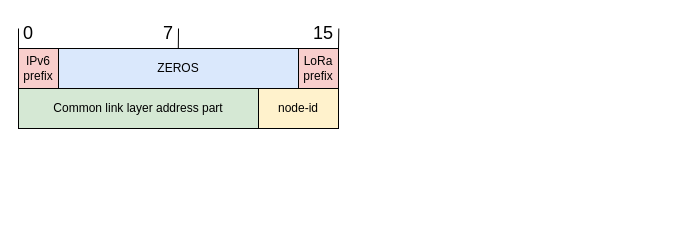
Before: memoire/res/pictures/src/loraaddr-ipv6.drawio in ArnaudPalgen/ma2_memoire, a draw.io diagram. Source tidied: cells renumbered, new cells numbered last; positions are measured from the earlier drawing's top-left corner, leaving out a move shared by most shapes. Both pictures are drawn from the tidied source at 100%, with x=0, y=0 at pixel (18, 18).
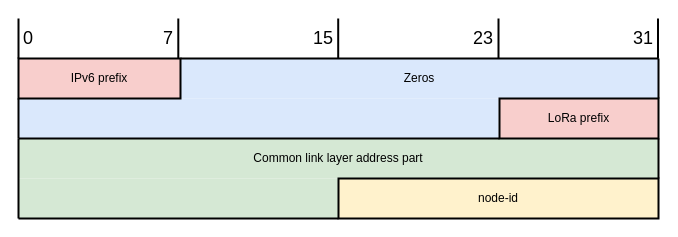
After the change.

Commit message (it also covers changes not shown here):
lora_root v0 end + correct drawio lora-ipv6

The edit, as a diff of the source:
```diff
@@
+    <mxCell id="13" style="group;strokeWidth=2;" parent="1" vertex="1">
+      <mxGeometry y="40" width="640" height="160" as="geometry" />
+    </mxCell>
+    <mxCell id="14" value="Zeros" style="whiteSpace=wrap;html=1;fillColor=#dae8fc;strokeColor=none;strokeWidth=2;" parent="13" vertex="1">
+      <mxGeometry x="162" width="478" height="40" as="geometry" />
+    </mxCell>
+    <mxCell id="15" style="whiteSpace=wrap;html=1;fillColor=#dae8fc;strokeColor=none;strokeWidth=2;" parent="13" vertex="1">
+      <mxGeometry y="40" width="480" height="40" as="geometry" />
+    </mxCell>
+    <mxCell id="5" value="&lt;span&gt;Common link layer address part&lt;/span&gt;" style="rounded=0;whiteSpace=wrap;html=1;fillColor=#d5e8d4;strokeColor=none;strokeWidth=2;" parent="13" vertex="1">
+      <mxGeometry y="80" width="640" height="40" as="geometry" />
+    </mxCell>
+    <mxCell id="16" style="rounded=0;whiteSpace=wrap;html=1;fillColor=#d5e8d4;strokeColor=none;strokeWidth=2;" parent="13" vertex="1">
+      <mxGeometry y="120" width="320" height="40" as="geometry" />
+    </mxCell>
+    <mxCell id="6" value="node-id" style="rounded=0;whiteSpace=wrap;html=1;fillColor=#fff2cc;strokeWidth=2;" parent="13" vertex="1">
+      <mxGeometry x="320" y="120" width="320" height="40" as="geometry" />
+    </mxCell>
+    <mxCell id="4" value="LoRa prefix" style="rounded=0;whiteSpace=wrap;html=1;fillColor=#f8cecc;strokeWidth=2;" parent="13" vertex="1">
+      <mxGeometry x="481" y="40" width="159" height="40" as="geometry" />
+    </mxCell>
-    <mxCell id="2" value="IPv6 prefix" style="rounded=0;whiteSpace=wrap;html=1;strokeWidth=1;fillColor=#f8cecc;" parent="1" vertex="1">
-      <mxGeometry y="30" width="40" height="40" as="geometry" />
+    <mxCell id="2" value="IPv6 prefix" style="rounded=0;whiteSpace=wrap;html=1;fillColor=#f8cecc;strokeWidth=2;" parent="13" vertex="1">
+      <mxGeometry width="162" height="40" as="geometry" />
     </mxCell>
-    <mxCell id="3" value="ZEROS" style="rounded=0;whiteSpace=wrap;html=1;strokeWidth=1;fillColor=#dae8fc;" parent="1" vertex="1">
-      <mxGeometry x="40" y="30" width="240" height="40" as="geometry" />
-    </mxCell>
-    <mxCell id="4" value="LoRa prefix" style="rounded=0;whiteSpace=wrap;html=1;strokeWidth=1;fillColor=#f8cecc;" parent="1" vertex="1">
-      <mxGeometry x="280" y="30" width="40" height="40" as="geometry" />
-    </mxCell>
-    <mxCell id="5" value="Common link layer address part" style="rounded=0;whiteSpace=wrap;html=1;strokeWidth=1;fillColor=#d5e8d4;" parent="1" vertex="1">
-      <mxGeometry y="70" width="240" height="40" as="geometry" />
-    </mxCell>
-    <mxCell id="6" value="node-id" style="rounded=0;whiteSpace=wrap;html=1;strokeWidth=1;fillColor=#fff2cc;" parent="1" vertex="1">
-      <mxGeometry x="240" y="70" width="80" height="40" as="geometry" />
-    </mxCell>
-    <mxCell id="7" style="endArrow=none;html=1;strokeWidth=1;" parent="1" edge="1">
-      <mxGeometry relative="1" as="geometry">
-        <mxPoint y="30" as="sourcePoint" />
-        <mxPoint y="10" as="targetPoint" />
-      </mxGeometry>
-    </mxCell>
-    <mxCell id="8" style="endArrow=none;html=1;exitX=0;exitY=0;exitDx=0;exitDy=0;strokeWidth=1;" parent="1" edge="1">
-      <mxGeometry relative="1" as="geometry">
-        <mxPoint x="159.8" y="30" as="sourcePoint" />
-        <mxPoint x="160" y="10" as="targetPoint" />
-      </mxGeometry>
-    </mxCell>
-    <mxCell id="9" style="endArrow=none;html=1;exitX=0;exitY=0;exitDx=0;exitDy=0;strokeWidth=1;" parent="1" edge="1">
-      <mxGeometry relative="1" as="geometry">
-        <mxPoint x="320" y="30" as="sourcePoint" />
-        <mxPoint x="320.3" y="10" as="targetPoint" />
-      </mxGeometry>
-    </mxCell>
+    <mxCell id="17" style="endArrow=none;html=1;entryX=1;entryY=0;entryDx=0;entryDy=0;exitX=1;exitY=0;exitDx=0;exitDy=0;strokeWidth=2;" parent="13" edge="1" source="14" target="2">
+      <mxGeometry relative="1" as="geometry" />
+    </mxCell>
+    <mxCell id="18" style="endArrow=none;html=1;entryX=0;entryY=1;entryDx=0;entryDy=0;exitX=0;exitY=0;exitDx=0;exitDy=0;strokeWidth=2;" parent="13" edge="1" source="5" target="4">
+      <mxGeometry relative="1" as="geometry" />
+    </mxCell>
+    <mxCell id="19" style="endArrow=none;html=1;entryX=0;entryY=1;entryDx=0;entryDy=0;exitX=0;exitY=1;exitDx=0;exitDy=0;strokeWidth=2;" parent="13" edge="1" source="6" target="16">
+      <mxGeometry relative="1" as="geometry" />
+    </mxCell>
+    <mxCell id="20" style="endArrow=none;html=1;entryX=0;entryY=0;entryDx=0;entryDy=0;strokeWidth=2;" parent="13" edge="1" target="5">
+      <mxGeometry relative="1" as="geometry">
+        <mxPoint y="160" as="sourcePoint" />
+      </mxGeometry>
+    </mxCell>
+    <mxCell id="21" style="endArrow=none;html=1;exitX=1;exitY=0;exitDx=0;exitDy=0;entryX=1;entryY=0;entryDx=0;entryDy=0;strokeWidth=2;" parent="13" edge="1" source="5" target="6">
+      <mxGeometry relative="1" as="geometry" />
+    </mxCell>
+    <mxCell id="22" style="endArrow=none;html=1;exitX=1;exitY=0;exitDx=0;exitDy=0;entryX=1;entryY=0;entryDx=0;entryDy=0;strokeWidth=2;" parent="13" edge="1" source="14" target="4">
+      <mxGeometry relative="1" as="geometry" />
+    </mxCell>
+    <mxCell id="23" style="endArrow=none;html=1;entryX=0;entryY=1;entryDx=0;entryDy=0;strokeWidth=2;" parent="13" edge="1" target="2">
+      <mxGeometry relative="1" as="geometry">
+        <mxPoint y="80" as="sourcePoint" />
+      </mxGeometry>
+    </mxCell>
+    <mxCell id="24" style="endArrow=none;html=1;exitX=0;exitY=0;exitDx=0;exitDy=0;strokeWidth=2;" parent="1" edge="1">
+      <mxGeometry relative="1" as="geometry">
+        <mxPoint y="40" as="sourcePoint" />
+        <mxPoint as="targetPoint" />
+      </mxGeometry>
+    </mxCell>
+    <mxCell id="25" style="endArrow=none;html=1;exitX=0;exitY=0;exitDx=0;exitDy=0;strokeWidth=2;" parent="1" edge="1">
+      <mxGeometry relative="1" as="geometry">
+        <mxPoint x="159.8" y="40" as="sourcePoint" />
+        <mxPoint x="159.8" as="targetPoint" />
+      </mxGeometry>
+    </mxCell>
+    <mxCell id="26" style="endArrow=none;html=1;exitX=0;exitY=0;exitDx=0;exitDy=0;strokeWidth=2;" parent="1" edge="1">
+      <mxGeometry relative="1" as="geometry">
+        <mxPoint x="319.7" y="40" as="sourcePoint" />
+        <mxPoint x="319.7" as="targetPoint" />
+      </mxGeometry>
+    </mxCell>
+    <mxCell id="27" style="endArrow=none;html=1;exitX=0;exitY=0;exitDx=0;exitDy=0;strokeWidth=2;" parent="1" edge="1">
+      <mxGeometry relative="1" as="geometry">
+        <mxPoint x="480" y="40" as="sourcePoint" />
+        <mxPoint x="480" as="targetPoint" />
+      </mxGeometry>
+    </mxCell>
-    <mxCell id="10" value="0" style="whiteSpace=wrap;html=1;fontSize=18;strokeWidth=1;fillColor=none;strokeColor=none;" parent="1" vertex="1">
-      <mxGeometry width="20" height="30" as="geometry" />
+    <mxCell id="10" value="0" style="whiteSpace=wrap;html=1;fontSize=18;strokeWidth=2;fillColor=none;strokeColor=none;" parent="1" vertex="1">
+      <mxGeometry width="20" height="40" as="geometry" />
     </mxCell>
-    <mxCell id="11" value="7" style="whiteSpace=wrap;html=1;fontSize=18;strokeWidth=1;fillColor=none;strokeColor=none;" parent="1" vertex="1">
-      <mxGeometry x="140" width="20" height="30" as="geometry" />
+    <mxCell id="11" value="7" style="whiteSpace=wrap;html=1;fontSize=18;strokeWidth=2;fillColor=none;strokeColor=none;" parent="1" vertex="1">
+      <mxGeometry x="140" width="20" height="40" as="geometry" />
     </mxCell>
-    <mxCell id="12" value="15" style="whiteSpace=wrap;html=1;fontSize=18;strokeWidth=1;fillColor=none;strokeColor=none;" parent="1" vertex="1">
-      <mxGeometry x="290" width="30" height="30" as="geometry" />
+    <mxCell id="12" value="15" style="whiteSpace=wrap;html=1;fontSize=18;strokeWidth=2;fillColor=none;strokeColor=none;" parent="1" vertex="1">
+      <mxGeometry x="290" width="30" height="40" as="geometry" />
     </mxCell>
+    <mxCell id="28" value="23" style="whiteSpace=wrap;html=1;fontSize=18;strokeWidth=2;fillColor=none;strokeColor=none;" parent="1" vertex="1">
+      <mxGeometry x="450" width="30" height="40" as="geometry" />
+    </mxCell>
+    <mxCell id="29" style="endArrow=none;html=1;exitX=0;exitY=0;exitDx=0;exitDy=0;strokeWidth=2;" parent="1" edge="1">
+      <mxGeometry relative="1" as="geometry">
+        <mxPoint x="639.5" y="40" as="sourcePoint" />
+        <mxPoint x="639.5" as="targetPoint" />
+      </mxGeometry>
+    </mxCell>
+    <mxCell id="30" value="31" style="whiteSpace=wrap;html=1;fontSize=18;strokeWidth=2;fillColor=none;strokeColor=none;" parent="1" vertex="1">
+      <mxGeometry x="609.5" width="30" height="40" as="geometry" />
+    </mxCell>
```
